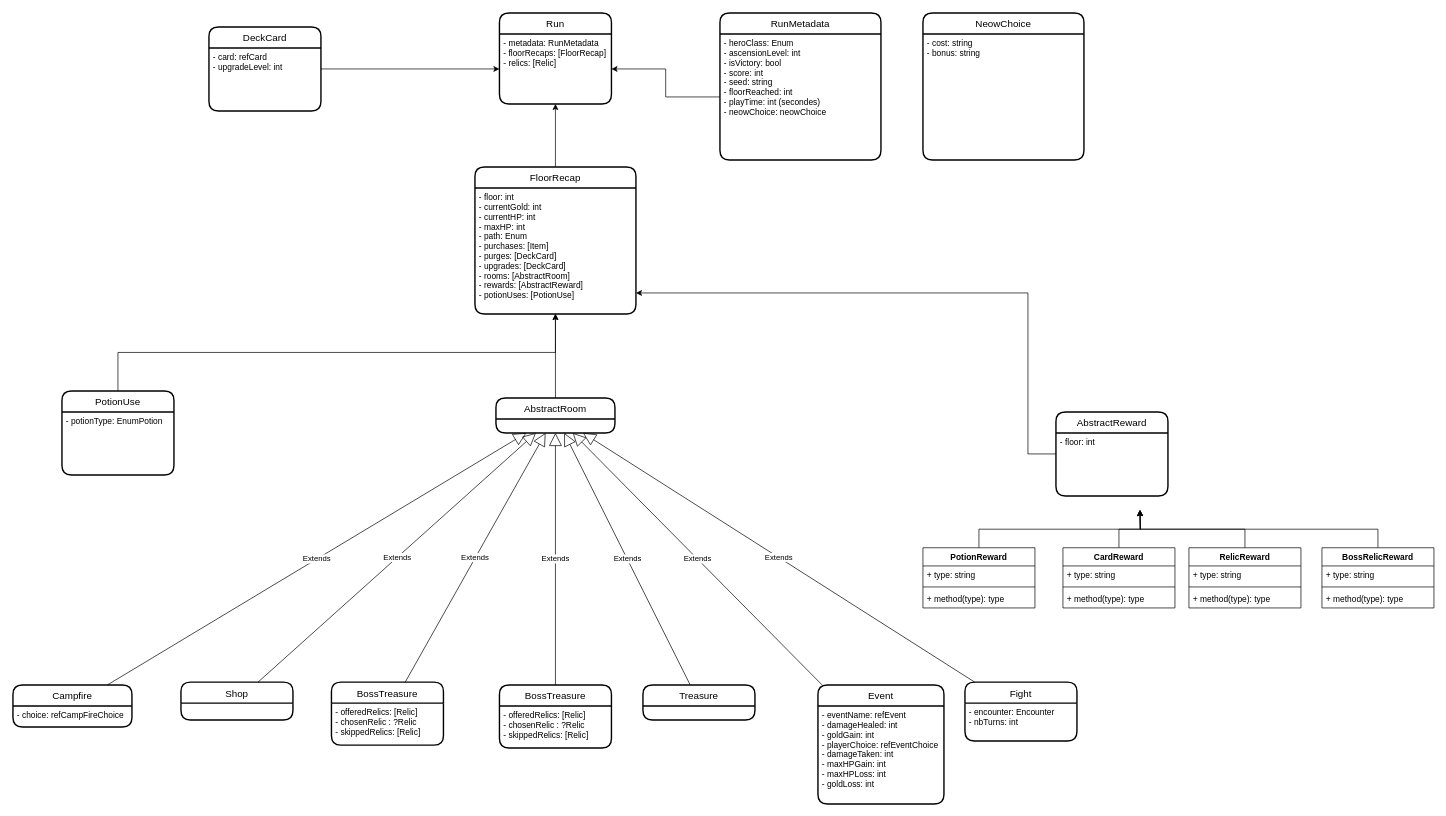
This is page "entities" (1 of 3) of docs/schema_WiP.drawio from SchOlivier/StsAnalytics, a draw.io file, before an edit. Source tidied: cells renumbered, new cells numbered last; positions are measured from the earlier drawing's top-left corner, leaving out a move shared by most shapes. Both pictures are drawn from the tidied source at 70%, with x=0, y=0 at pixel (13, 13).
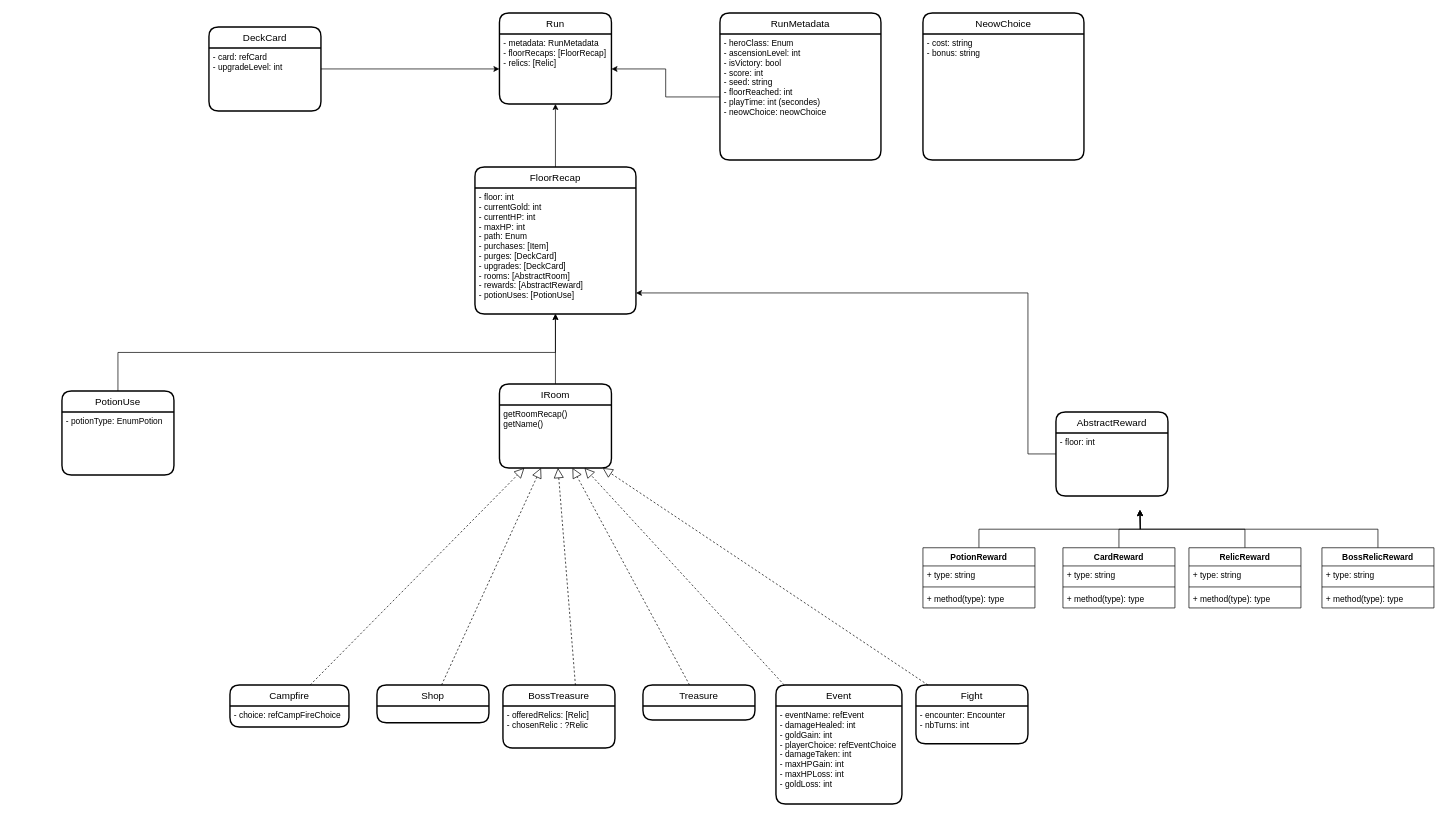
After the change.

The change refers to these unchanged cells:
```xml
<mxCell id="33" value="Treasure" style="swimlane;horizontal=1;startSize=30;rounded=1;fontSize=14;fontStyle=0;strokeWidth=2;shadow=0;dashed=0;align=center;" parent="1" vertex="1">
  <mxGeometry x="900" y="960" width="160" height="50" as="geometry" />
</mxCell>
<mxCell id="53" value="- floor: int&#10;- currentGold: int&#10;- currentHP: int&#10;- maxHP: int&#10;- path: Enum&#10;- purchases: [Item]&#10;- purges: [DeckCard]&#10;- upgrades: [DeckCard]&#10;- rooms: [AbstractRoom]&#10;- rewards: [AbstractReward]&#10;- potionUses: [PotionUse]" style="align=left;strokeColor=none;fillColor=none;spacingLeft=4;fontSize=12;verticalAlign=top;" parent="52" vertex="1">
  <mxGeometry y="30" width="230" height="180" as="geometry" />
</mxCell>
```

What changed in the source:
```diff
@@
-    <mxCell id="24" style="edgeStyle=orthogonalEdgeStyle;rounded=0;jettySize=auto;html=1;" parent="1" edge="1" source="25" target="53">
+    <mxCell id="24" style="edgeStyle=orthogonalEdgeStyle;rounded=0;jettySize=auto;html=1;" parent="1" edge="1" source="62" target="53">
       <mxGeometry relative="1" as="geometry" />
     </mxCell>
-    <mxCell id="25" value="AbstractRoom" style="swimlane;horizontal=1;startSize=30;rounded=1;fontSize=14;fontStyle=0;strokeWidth=2;shadow=0;dashed=0;align=center;" parent="1" vertex="1">
-      <mxGeometry x="690" y="550" width="170" height="50" as="geometry" />
-    </mxCell>
     <mxCell id="26" value="Fight" style="swimlane;horizontal=1;startSize=30;rounded=1;fontSize=14;fontStyle=0;strokeWidth=2;shadow=0;dashed=0;align=center;" parent="1" vertex="1">
-      <mxGeometry x="1360" y="956" width="160" height="84" as="geometry" />
+      <mxGeometry x="1290" y="960" width="160" height="84" as="geometry" />
     </mxCell>
@@
-    <mxCell id="28" value="BossTreasure" style="swimlane;horizontal=1;startSize=30;rounded=1;fontSize=14;fontStyle=0;strokeWidth=2;shadow=0;dashed=0;align=center;" parent="1" vertex="1">
-      <mxGeometry x="695" y="960" width="160" height="90" as="geometry" />
-    </mxCell>
-    <mxCell id="29" value="- offeredRelics: [Relic]&#10;- chosenRelic : ?Relic&#10;- skippedRelics: [Relic]" style="align=left;strokeColor=none;fillColor=none;spacingLeft=4;fontSize=12;verticalAlign=top;" parent="28" vertex="1">
-      <mxGeometry y="30" width="160" height="60" as="geometry" />
-    </mxCell>
     <mxCell id="30" value="BossTreasure" style="swimlane;horizontal=1;startSize=30;rounded=1;fontSize=14;fontStyle=0;strokeWidth=2;shadow=0;dashed=0;align=center;" parent="1" vertex="1">
-      <mxGeometry x="455" y="956" width="160" height="90" as="geometry" />
+      <mxGeometry x="700" y="960" width="160" height="90" as="geometry" />
     </mxCell>
-    <mxCell id="31" value="- offeredRelics: [Relic]&#10;- chosenRelic : ?Relic&#10;- skippedRelics: [Relic]" style="align=left;strokeColor=none;fillColor=none;spacingLeft=4;fontSize=12;verticalAlign=top;" parent="30" vertex="1">
+    <mxCell id="31" value="- offeredRelics: [Relic]&#10;- chosenRelic : ?Relic" style="align=left;strokeColor=none;fillColor=none;spacingLeft=4;fontSize=12;verticalAlign=top;" parent="30" vertex="1">
       <mxGeometry y="30" width="160" height="60" as="geometry" />
     </mxCell>
     <mxCell id="32" value="Shop" style="swimlane;horizontal=1;startSize=30;rounded=1;fontSize=14;fontStyle=0;strokeWidth=2;shadow=0;dashed=0;align=center;" parent="1" vertex="1">
-      <mxGeometry x="240" y="956" width="160" height="54" as="geometry" />
+      <mxGeometry x="520" y="960" width="160" height="54" as="geometry" />
     </mxCell>
@@
     <mxCell id="34" value="Event" style="swimlane;horizontal=1;startSize=30;rounded=1;fontSize=14;fontStyle=0;strokeWidth=2;shadow=0;dashed=0;align=center;" parent="1" vertex="1">
-      <mxGeometry x="1150" y="960" width="180" height="170" as="geometry" />
+      <mxGeometry x="1090" y="960" width="180" height="170" as="geometry" />
     </mxCell>
@@
     <mxCell id="42" value="Campfire" style="swimlane;horizontal=1;startSize=30;rounded=1;fontSize=14;fontStyle=0;strokeWidth=2;shadow=0;dashed=0;align=center;" parent="1" vertex="1">
-      <mxGeometry y="960" width="170" height="60" as="geometry" />
+      <mxGeometry x="310" y="960" width="170" height="60" as="geometry" />
     </mxCell>
@@
-    <mxCell id="44" value="Extends" style="endArrow=block;endSize=16;endFill=0;html=1;rounded=0;" parent="1" edge="1" source="42" target="25">
-      <mxGeometry relative="1" as="geometry" />
-    </mxCell>
-    <mxCell id="45" value="Extends" style="endArrow=block;endSize=16;endFill=0;html=1;rounded=0;" parent="1" edge="1" source="32" target="25">
-      <mxGeometry relative="1" as="geometry" />
-    </mxCell>
-    <mxCell id="46" value="Extends" style="endArrow=block;endSize=16;endFill=0;html=1;rounded=0;" parent="1" edge="1" source="30" target="25">
-      <mxGeometry relative="1" as="geometry" />
-    </mxCell>
-    <mxCell id="47" value="Extends" style="endArrow=block;endSize=16;endFill=0;html=1;rounded=0;" parent="1" edge="1" source="28" target="25">
-      <mxGeometry relative="1" as="geometry" />
-    </mxCell>
-    <mxCell id="48" value="Extends" style="endArrow=block;endSize=16;endFill=0;html=1;rounded=0;" parent="1" edge="1" source="33" target="25">
-      <mxGeometry relative="1" as="geometry" />
-    </mxCell>
-    <mxCell id="49" value="Extends" style="endArrow=block;endSize=16;endFill=0;html=1;rounded=0;" parent="1" edge="1" source="34" target="25">
-      <mxGeometry relative="1" as="geometry" />
-    </mxCell>
-    <mxCell id="50" value="Extends" style="endArrow=block;endSize=16;endFill=0;html=1;rounded=0;" parent="1" edge="1" source="26" target="25">
-      <mxGeometry relative="1" as="geometry" />
-    </mxCell>
@@
+    <mxCell id="62" value="IRoom" style="swimlane;horizontal=1;startSize=30;rounded=1;fontSize=14;fontStyle=0;strokeWidth=2;shadow=0;dashed=0;align=center;" parent="1" vertex="1">
+      <mxGeometry x="695" y="530" width="160" height="120" as="geometry" />
+    </mxCell>
+    <mxCell id="63" value="getRoomRecap()&#10;getName()" style="align=left;strokeColor=none;fillColor=none;spacingLeft=4;fontSize=12;verticalAlign=top;" parent="62" vertex="1">
+      <mxGeometry y="30" width="160" height="90" as="geometry" />
+    </mxCell>
+    <mxCell id="64" style="endArrow=block;dashed=1;endFill=0;endSize=12;html=1;rounded=0;" parent="1" edge="1" source="42" target="63">
+      <mxGeometry relative="1" as="geometry" />
+    </mxCell>
+    <mxCell id="65" style="endArrow=block;dashed=1;endFill=0;endSize=12;html=1;rounded=0;" parent="1" edge="1" source="32" target="63">
+      <mxGeometry relative="1" as="geometry" />
+    </mxCell>
+    <mxCell id="66" style="endArrow=block;dashed=1;endFill=0;endSize=12;html=1;rounded=0;exitX=0.647;exitY=0.003;exitDx=0;exitDy=0;exitPerimeter=0;" parent="1" edge="1" source="30" target="63">
+      <mxGeometry relative="1" as="geometry" />
+    </mxCell>
+    <mxCell id="67" style="endArrow=block;dashed=1;endFill=0;endSize=12;html=1;rounded=0;" parent="1" edge="1" source="33" target="63">
+      <mxGeometry relative="1" as="geometry" />
+    </mxCell>
+    <mxCell id="68" style="endArrow=block;dashed=1;endFill=0;endSize=12;html=1;rounded=0;" parent="1" edge="1" source="34" target="63">
+      <mxGeometry relative="1" as="geometry" />
+    </mxCell>
+    <mxCell id="69" style="endArrow=block;dashed=1;endFill=0;endSize=12;html=1;rounded=0;" parent="1" edge="1" source="26" target="63">
+      <mxGeometry relative="1" as="geometry" />
+    </mxCell>
```
